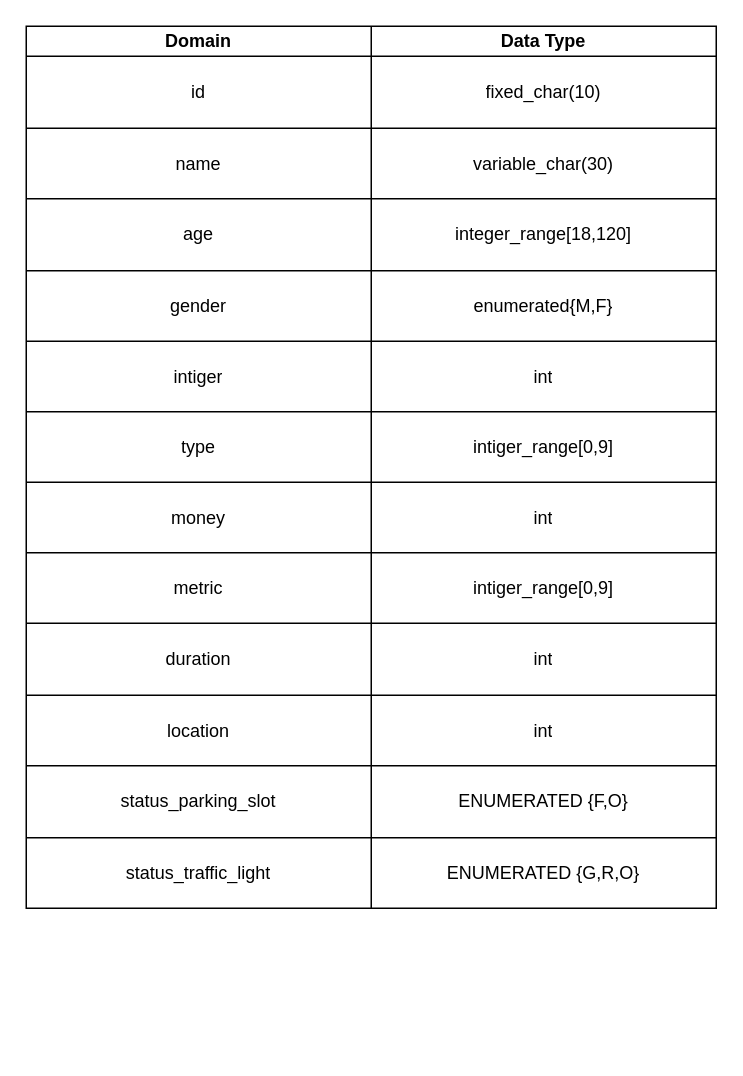
This is page "Domains" (1 of 3) of report/notes/section_4_5/diagrams.drawio from georgegito/smart-traffic-management-db, a draw.io file, before an edit. Source tidied: cells renumbered, new cells numbered last; positions are measured from the earlier drawing's top-left corner, leaving out a move shared by most shapes. Both pictures are drawn from the tidied source at 150%, with x=0, y=0 at pixel (26, 26).
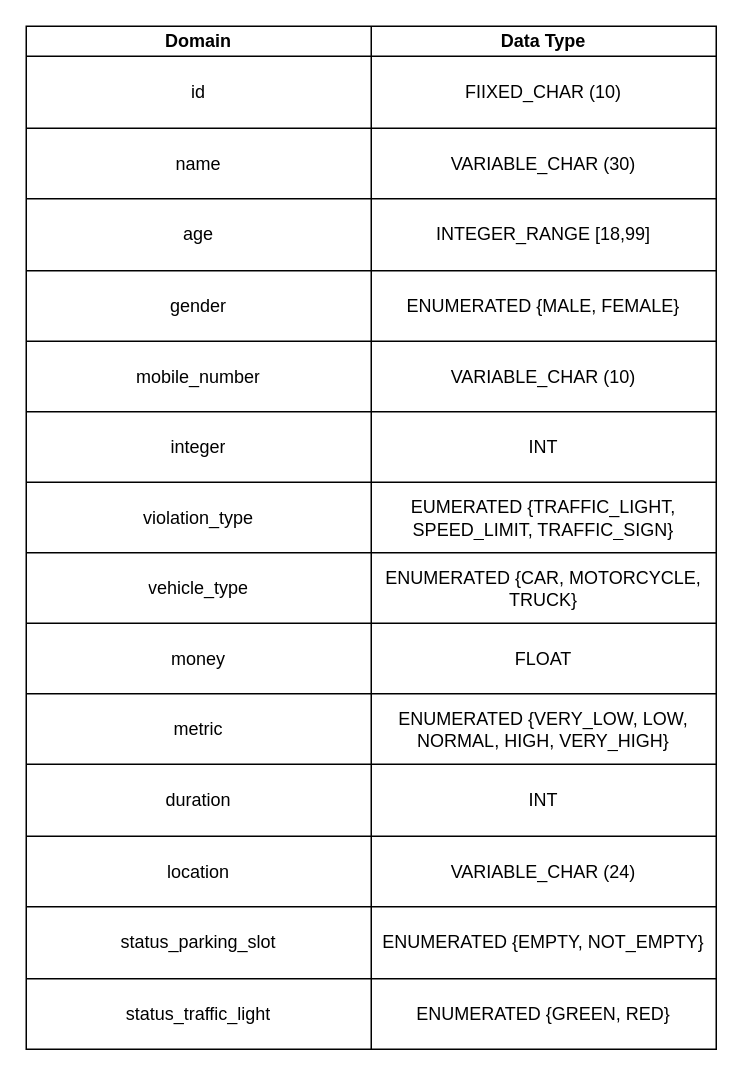
The same page after the edit.

Unchanged cells that the change refers to:
```xml
<mxCell id="6" style="shape=partialRectangle;fillColor=none;top=0;left=0;bottom=0;right=0;" parent="2" vertex="1">
  <mxGeometry y="20" width="460" height="48" as="geometry" />
</mxCell>
<mxCell id="9" style="shape=partialRectangle;fillColor=none;top=0;left=0;bottom=0;right=0;" parent="2" vertex="1">
  <mxGeometry y="68" width="460" height="47" as="geometry" />
</mxCell>
<mxCell id="12" style="shape=partialRectangle;fillColor=none;top=0;left=0;bottom=0;right=0;" parent="2" vertex="1">
  <mxGeometry y="115" width="460" height="48" as="geometry" />
</mxCell>
<mxCell id="15" style="shape=partialRectangle;fillColor=none;top=0;left=0;bottom=0;right=0;" parent="2" vertex="1">
  <mxGeometry y="163" width="460" height="47" as="geometry" />
</mxCell>
```

Change to the diagram source:
```diff
@@
     <mxCell id="2" style="shape=table;startSize=0;childLayout=tableLayout;" parent="1" vertex="1">
-      <mxGeometry width="460" height="588" as="geometry" />
+      <mxGeometry width="460" height="682" as="geometry" />
     </mxCell>
@@
-    <mxCell id="8" value="fixed_char(10)" style="shape=partialRectangle;html=1;whiteSpace=wrap;overflow=hidden;fillColor=none;top=0;left=0;bottom=0;right=0;" parent="6" vertex="1">
+    <mxCell id="8" value="FIIXED_CHAR (10)" style="shape=partialRectangle;html=1;whiteSpace=wrap;overflow=hidden;fillColor=none;top=0;left=0;bottom=0;right=0;" parent="6" vertex="1">
       <mxGeometry x="230" width="230" height="48" as="geometry" />
     </mxCell>
@@
-    <mxCell id="11" value="variable_char(30)" style="shape=partialRectangle;html=1;whiteSpace=wrap;overflow=hidden;fillColor=none;top=0;left=0;bottom=0;right=0;" parent="9" vertex="1">
+    <mxCell id="11" value="VARIABLE_CHAR (30)" style="shape=partialRectangle;html=1;whiteSpace=wrap;overflow=hidden;fillColor=none;top=0;left=0;bottom=0;right=0;" parent="9" vertex="1">
       <mxGeometry x="230" width="230" height="47" as="geometry" />
     </mxCell>
@@
-    <mxCell id="14" value="integer_range[18,120]" style="shape=partialRectangle;html=1;whiteSpace=wrap;overflow=hidden;fillColor=none;top=0;left=0;bottom=0;right=0;" parent="12" vertex="1">
+    <mxCell id="14" value="INTEGER_RANGE [18,99]" style="shape=partialRectangle;html=1;whiteSpace=wrap;overflow=hidden;fillColor=none;top=0;left=0;bottom=0;right=0;" parent="12" vertex="1">
       <mxGeometry x="230" width="230" height="48" as="geometry" />
     </mxCell>
@@
-    <mxCell id="17" value="enumerated{M,F}" style="shape=partialRectangle;html=1;whiteSpace=wrap;overflow=hidden;fillColor=none;top=0;left=0;bottom=0;right=0;" parent="15" vertex="1">
+    <mxCell id="17" value="ENUMERATED {MALE, FEMALE}" style="shape=partialRectangle;html=1;whiteSpace=wrap;overflow=hidden;fillColor=none;top=0;left=0;bottom=0;right=0;" parent="15" vertex="1">
       <mxGeometry x="230" width="230" height="47" as="geometry" />
     </mxCell>
+    <mxCell id="42" style="shape=partialRectangle;fillColor=none;top=0;left=0;bottom=0;right=0;" parent="2" vertex="1">
+      <mxGeometry y="210" width="460" height="47" as="geometry" />
+    </mxCell>
+    <mxCell id="43" value="mobile_number" style="shape=partialRectangle;html=1;whiteSpace=wrap;overflow=hidden;fillColor=none;top=0;left=0;bottom=0;right=0;" parent="42" vertex="1">
+      <mxGeometry width="230" height="47" as="geometry" />
+    </mxCell>
+    <mxCell id="44" value="VARIABLE_CHAR (10)" style="shape=partialRectangle;html=1;whiteSpace=wrap;overflow=hidden;fillColor=none;top=0;left=0;bottom=0;right=0;" parent="42" vertex="1">
+      <mxGeometry x="230" width="230" height="47" as="geometry" />
+    </mxCell>
     <mxCell id="18" style="shape=partialRectangle;fillColor=none;top=0;left=0;bottom=0;right=0;" parent="2" vertex="1">
-      <mxGeometry y="210" width="460" height="47" as="geometry" />
+      <mxGeometry y="257" width="460" height="47" as="geometry" />
     </mxCell>
-    <mxCell id="19" value="intiger" style="shape=partialRectangle;html=1;whiteSpace=wrap;overflow=hidden;fillColor=none;top=0;left=0;bottom=0;right=0;" parent="18" vertex="1">
+    <mxCell id="19" value="integer" style="shape=partialRectangle;html=1;whiteSpace=wrap;overflow=hidden;fillColor=none;top=0;left=0;bottom=0;right=0;" parent="18" vertex="1">
       <mxGeometry width="230" height="47" as="geometry" />
     </mxCell>
-    <mxCell id="20" value="int" style="shape=partialRectangle;html=1;whiteSpace=wrap;overflow=hidden;fillColor=none;top=0;left=0;bottom=0;right=0;" parent="18" vertex="1">
+    <mxCell id="20" value="INT" style="shape=partialRectangle;html=1;whiteSpace=wrap;overflow=hidden;fillColor=none;top=0;left=0;bottom=0;right=0;" parent="18" vertex="1">
       <mxGeometry x="230" width="230" height="47" as="geometry" />
     </mxCell>
     <mxCell id="21" style="shape=partialRectangle;fillColor=none;top=0;left=0;bottom=0;right=0;" parent="2" vertex="1">
-      <mxGeometry y="257" width="460" height="47" as="geometry" />
+      <mxGeometry y="304" width="460" height="47" as="geometry" />
     </mxCell>
-    <mxCell id="22" value="type" style="shape=partialRectangle;html=1;whiteSpace=wrap;overflow=hidden;fillColor=none;top=0;left=0;bottom=0;right=0;" parent="21" vertex="1">
+    <mxCell id="22" value="violation_type" style="shape=partialRectangle;html=1;whiteSpace=wrap;overflow=hidden;fillColor=none;top=0;left=0;bottom=0;right=0;" parent="21" vertex="1">
       <mxGeometry width="230" height="47" as="geometry" />
     </mxCell>
-    <mxCell id="23" value="&lt;span&gt;intiger_range[0,9]&lt;/span&gt;" style="shape=partialRectangle;html=1;whiteSpace=wrap;overflow=hidden;fillColor=none;top=0;left=0;bottom=0;right=0;" parent="21" vertex="1">
+    <mxCell id="23" value="&lt;span&gt;EUMERATED {TRAFFIC_LIGHT, SPEED_LIMIT, TRAFFIC_SIGN}&lt;/span&gt;" style="shape=partialRectangle;html=1;whiteSpace=wrap;overflow=hidden;fillColor=none;top=0;left=0;bottom=0;right=0;" parent="21" vertex="1">
       <mxGeometry x="230" width="230" height="47" as="geometry" />
     </mxCell>
+    <mxCell id="45" style="shape=partialRectangle;fillColor=none;top=0;left=0;bottom=0;right=0;" parent="2" vertex="1">
+      <mxGeometry y="351" width="460" height="47" as="geometry" />
+    </mxCell>
+    <mxCell id="46" value="vehicle_type" style="shape=partialRectangle;html=1;whiteSpace=wrap;overflow=hidden;fillColor=none;top=0;left=0;bottom=0;right=0;" parent="45" vertex="1">
+      <mxGeometry width="230" height="47" as="geometry" />
+    </mxCell>
+    <mxCell id="47" value="ENUMERATED {CAR, MOTORCYCLE, TRUCK}" style="shape=partialRectangle;html=1;whiteSpace=wrap;overflow=hidden;fillColor=none;top=0;left=0;bottom=0;right=0;" parent="45" vertex="1">
+      <mxGeometry x="230" width="230" height="47" as="geometry" />
+    </mxCell>
     <mxCell id="24" style="shape=partialRectangle;fillColor=none;top=0;left=0;bottom=0;right=0;" parent="2" vertex="1">
-      <mxGeometry y="304" width="460" height="47" as="geometry" />
+      <mxGeometry y="398" width="460" height="47" as="geometry" />
     </mxCell>
@@
-    <mxCell id="26" value="int" style="shape=partialRectangle;html=1;whiteSpace=wrap;overflow=hidden;fillColor=none;top=0;left=0;bottom=0;right=0;" parent="24" vertex="1">
+    <mxCell id="26" value="FLOAT" style="shape=partialRectangle;html=1;whiteSpace=wrap;overflow=hidden;fillColor=none;top=0;left=0;bottom=0;right=0;" parent="24" vertex="1">
       <mxGeometry x="230" width="230" height="47" as="geometry" />
     </mxCell>
     <mxCell id="27" style="shape=partialRectangle;fillColor=none;top=0;left=0;bottom=0;right=0;" parent="2" vertex="1">
-      <mxGeometry y="351" width="460" height="47" as="geometry" />
+      <mxGeometry y="445" width="460" height="47" as="geometry" />
     </mxCell>
@@
-    <mxCell id="29" value="intiger_range[0,9]" style="shape=partialRectangle;html=1;whiteSpace=wrap;overflow=hidden;fillColor=none;top=0;left=0;bottom=0;right=0;" parent="27" vertex="1">
+    <mxCell id="29" value="ENUMERATED {VERY_LOW, LOW, NORMAL, HIGH, VERY_HIGH}" style="shape=partialRectangle;html=1;whiteSpace=wrap;overflow=hidden;fillColor=none;top=0;left=0;bottom=0;right=0;" parent="27" vertex="1">
       <mxGeometry x="230" width="230" height="47" as="geometry" />
     </mxCell>
     <mxCell id="30" style="shape=partialRectangle;fillColor=none;top=0;left=0;bottom=0;right=0;" parent="2" vertex="1">
-      <mxGeometry y="398" width="460" height="48" as="geometry" />
+      <mxGeometry y="492" width="460" height="48" as="geometry" />
     </mxCell>
@@
-    <mxCell id="32" value="int" style="shape=partialRectangle;html=1;whiteSpace=wrap;overflow=hidden;fillColor=none;top=0;left=0;bottom=0;right=0;" parent="30" vertex="1">
+    <mxCell id="32" value="INT" style="shape=partialRectangle;html=1;whiteSpace=wrap;overflow=hidden;fillColor=none;top=0;left=0;bottom=0;right=0;" parent="30" vertex="1">
       <mxGeometry x="230" width="230" height="48" as="geometry" />
     </mxCell>
     <mxCell id="33" style="shape=partialRectangle;fillColor=none;top=0;left=0;bottom=0;right=0;" parent="2" vertex="1">
-      <mxGeometry y="446" width="460" height="47" as="geometry" />
+      <mxGeometry y="540" width="460" height="47" as="geometry" />
     </mxCell>
@@
-    <mxCell id="35" value="int" style="shape=partialRectangle;html=1;whiteSpace=wrap;overflow=hidden;fillColor=none;top=0;left=0;bottom=0;right=0;" parent="33" vertex="1">
+    <mxCell id="35" value="VARIABLE_CHAR (24)" style="shape=partialRectangle;html=1;whiteSpace=wrap;overflow=hidden;fillColor=none;top=0;left=0;bottom=0;right=0;" parent="33" vertex="1">
       <mxGeometry x="230" width="230" height="47" as="geometry" />
     </mxCell>
     <mxCell id="36" style="shape=partialRectangle;fillColor=none;top=0;left=0;bottom=0;right=0;" parent="2" vertex="1">
-      <mxGeometry y="493" width="460" height="48" as="geometry" />
+      <mxGeometry y="587" width="460" height="48" as="geometry" />
     </mxCell>
@@
-    <mxCell id="38" value="&lt;span&gt;ENUMERATED {F,O}&lt;/span&gt;" style="shape=partialRectangle;html=1;whiteSpace=wrap;overflow=hidden;fillColor=none;top=0;left=0;bottom=0;right=0;" parent="36" vertex="1">
+    <mxCell id="38" value="&lt;span&gt;ENUMERATED {EMPTY, NOT_EMPTY}&lt;/span&gt;" style="shape=partialRectangle;html=1;whiteSpace=wrap;overflow=hidden;fillColor=none;top=0;left=0;bottom=0;right=0;" parent="36" vertex="1">
       <mxGeometry x="230" width="230" height="48" as="geometry" />
     </mxCell>
     <mxCell id="39" style="shape=partialRectangle;fillColor=none;top=0;left=0;bottom=0;right=0;" parent="2" vertex="1">
-      <mxGeometry y="541" width="460" height="47" as="geometry" />
+      <mxGeometry y="635" width="460" height="47" as="geometry" />
     </mxCell>
@@
-    <mxCell id="41" value="&lt;span&gt;ENUMERATED {G,R,O}&lt;/span&gt;" style="shape=partialRectangle;html=1;whiteSpace=wrap;overflow=hidden;fillColor=none;top=0;left=0;bottom=0;right=0;" parent="39" vertex="1">
+    <mxCell id="41" value="&lt;span&gt;ENUMERATED {GREEN, RED}&lt;/span&gt;" style="shape=partialRectangle;html=1;whiteSpace=wrap;overflow=hidden;fillColor=none;top=0;left=0;bottom=0;right=0;" parent="39" vertex="1">
       <mxGeometry x="230" width="230" height="47" as="geometry" />
     </mxCell>
```
